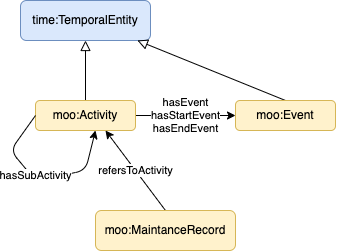
This is docs/activity.png from nd-crane/moo, a draw.io export, as it was before one commit. Source tidied: cells renumbered, new cells last; positions are measured from the earlier drawing's top-left corner, leaving out a move shared by most shapes. The source it was exported from:
```xml
<mxGraphModel>
  <root>
    <mxCell id="0" />
    <mxCell id="1" parent="0" />
    <mxCell id="2" style="endArrow=block;html=1;fontColor=#000099;exitX=0.5;exitY=0;exitDx=0;exitDy=0;endFill=0;entryX=0.5;entryY=1;entryDx=0;entryDy=0;endSize=8;arcSize=0;" parent="1" edge="1" source="5" target="3">
      <mxGeometry relative="1" as="geometry" />
    </mxCell>
    <mxCell id="3" value="time:TemporalEntity" style="rounded=1;whiteSpace=wrap;html=1;snapToPoint=1;points=[[0.1,0],[0.2,0],[0.3,0],[0.4,0],[0.5,0],[0.6,0],[0.7,0],[0.8,0],[0.9,0],[0,0.1],[0,0.3],[0,0.5],[0,0.7],[0,0.9],[0.1,1],[0.2,1],[0.3,1],[0.4,1],[0.5,1],[0.6,1],[0.7,1],[0.8,1],[0.9,1],[1,0.1],[1,0.3],[1,0.5],[1,0.7],[1,0.9]];fillColor=#dae8fc;strokeColor=#6c8ebf;" parent="1" vertex="1">
      <mxGeometry x="10" width="130" height="40" as="geometry" />
    </mxCell>
    <mxCell id="4" value="hasEvent&lt;br&gt;hasStartEvent&lt;br&gt;hasEndEvent" style="edgeStyle=none;html=1;exitX=1;exitY=0.5;exitDx=0;exitDy=0;entryX=0;entryY=0.5;entryDx=0;entryDy=0;" parent="1" edge="1" source="5" target="7">
      <mxGeometry relative="1" as="geometry" />
    </mxCell>
    <mxCell id="5" value="moo:Activity" style="rounded=1;whiteSpace=wrap;html=1;snapToPoint=1;points=[[0.1,0],[0.2,0],[0.3,0],[0.4,0],[0.5,0],[0.6,0],[0.7,0],[0.8,0],[0.9,0],[0,0.1],[0,0.3],[0,0.5],[0,0.7],[0,0.9],[0.1,1],[0.2,1],[0.3,1],[0.4,1],[0.5,1],[0.6,1],[0.7,1],[0.8,1],[0.9,1],[1,0.1],[1,0.3],[1,0.5],[1,0.7],[1,0.9]];fillColor=#fff2cc;strokeColor=#d6b656;" parent="1" vertex="1">
      <mxGeometry x="25" y="100" width="100" height="30" as="geometry" />
    </mxCell>
    <mxCell id="6" style="endArrow=block;html=1;fontColor=#000099;exitX=0.5;exitY=0;exitDx=0;exitDy=0;endFill=0;endSize=8;arcSize=0;" parent="1" edge="1" source="7" target="3">
      <mxGeometry relative="1" as="geometry" />
    </mxCell>
    <mxCell id="7" value="moo:Event" style="rounded=1;whiteSpace=wrap;html=1;snapToPoint=1;points=[[0.1,0],[0.2,0],[0.3,0],[0.4,0],[0.5,0],[0.6,0],[0.7,0],[0.8,0],[0.9,0],[0,0.1],[0,0.3],[0,0.5],[0,0.7],[0,0.9],[0.1,1],[0.2,1],[0.3,1],[0.4,1],[0.5,1],[0.6,1],[0.7,1],[0.8,1],[0.9,1],[1,0.1],[1,0.3],[1,0.5],[1,0.7],[1,0.9]];fillColor=#fff2cc;strokeColor=#d6b656;" parent="1" vertex="1">
      <mxGeometry x="225" y="100" width="100" height="30" as="geometry" />
    </mxCell>
    <mxCell id="8" style="edgeStyle=none;html=1;exitX=0;exitY=0.5;exitDx=0;exitDy=0;entryX=0.6;entryY=1;entryDx=0;entryDy=0;" parent="1" edge="1" source="5" target="5">
      <mxGeometry relative="1" as="geometry">
        <Array as="points">
          <mxPoint y="150" />
          <mxPoint x="25" y="180" />
          <mxPoint x="75" y="170" />
        </Array>
      </mxGeometry>
    </mxCell>
    <mxCell id="9" value="hasSubActivity" style="edgeLabel;html=1;align=center;verticalAlign=middle;" parent="8" vertex="1">
      <mxGeometry x="-0.1" y="3" relative="1" as="geometry" />
    </mxCell>
    <mxCell id="10" value="refersToActivity" style="edgeStyle=none;html=1;exitX=0.5;exitY=0;exitDx=0;exitDy=0;entryX=0.7;entryY=1;entryDx=0;entryDy=0;" parent="1" edge="1" source="11" target="5">
      <mxGeometry relative="1" as="geometry" />
    </mxCell>
    <mxCell id="11" value="moo:MaintanceRecord" style="rounded=1;whiteSpace=wrap;html=1;snapToPoint=1;points=[[0.1,0],[0.2,0],[0.3,0],[0.4,0],[0.5,0],[0.6,0],[0.7,0],[0.8,0],[0.9,0],[0,0.1],[0,0.3],[0,0.5],[0,0.7],[0,0.9],[0.1,1],[0.2,1],[0.3,1],[0.4,1],[0.5,1],[0.6,1],[0.7,1],[0.8,1],[0.9,1],[1,0.1],[1,0.3],[1,0.5],[1,0.7],[1,0.9]];fillColor=#fff2cc;strokeColor=#d6b656;" parent="1" vertex="1">
      <mxGeometry x="85" y="210" width="140" height="40" as="geometry" />
    </mxCell>
  </root>
</mxGraphModel>
```
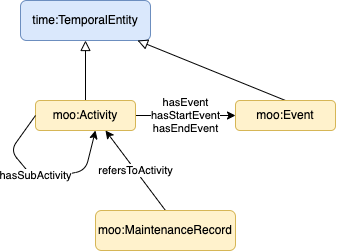
After the change.

Commit message:
Fixed typo in activity pattern

Diff of the diagram source:
```diff
@@ -35,7 +35,7 @@
     <mxCell id="10" value="refersToActivity" style="edgeStyle=none;html=1;exitX=0.5;exitY=0;exitDx=0;exitDy=0;entryX=0.7;entryY=1;entryDx=0;entryDy=0;" parent="1" edge="1" source="11" target="5">
       <mxGeometry relative="1" as="geometry" />
     </mxCell>
-    <mxCell id="11" value="moo:MaintanceRecord" style="rounded=1;whiteSpace=wrap;html=1;snapToPoint=1;points=[[0.1,0],[0.2,0],[0.3,0],[0.4,0],[0.5,0],[0.6,0],[0.7,0],[0.8,0],[0.9,0],[0,0.1],[0,0.3],[0,0.5],[0,0.7],[0,0.9],[0.1,1],[0.2,1],[0.3,1],[0.4,1],[0.5,1],[0.6,1],[0.7,1],[0.8,1],[0.9,1],[1,0.1],[1,0.3],[1,0.5],[1,0.7],[1,0.9]];fillColor=#fff2cc;strokeColor=#d6b656;" parent="1" vertex="1">
+    <mxCell id="11" value="moo:MaintenanceRecord" style="rounded=1;whiteSpace=wrap;html=1;snapToPoint=1;points=[[0.1,0],[0.2,0],[0.3,0],[0.4,0],[0.5,0],[0.6,0],[0.7,0],[0.8,0],[0.9,0],[0,0.1],[0,0.3],[0,0.5],[0,0.7],[0,0.9],[0.1,1],[0.2,1],[0.3,1],[0.4,1],[0.5,1],[0.6,1],[0.7,1],[0.8,1],[0.9,1],[1,0.1],[1,0.3],[1,0.5],[1,0.7],[1,0.9]];fillColor=#fff2cc;strokeColor=#d6b656;" parent="1" vertex="1">
       <mxGeometry x="85" y="210" width="140" height="40" as="geometry" />
     </mxCell>
   </root>
```
